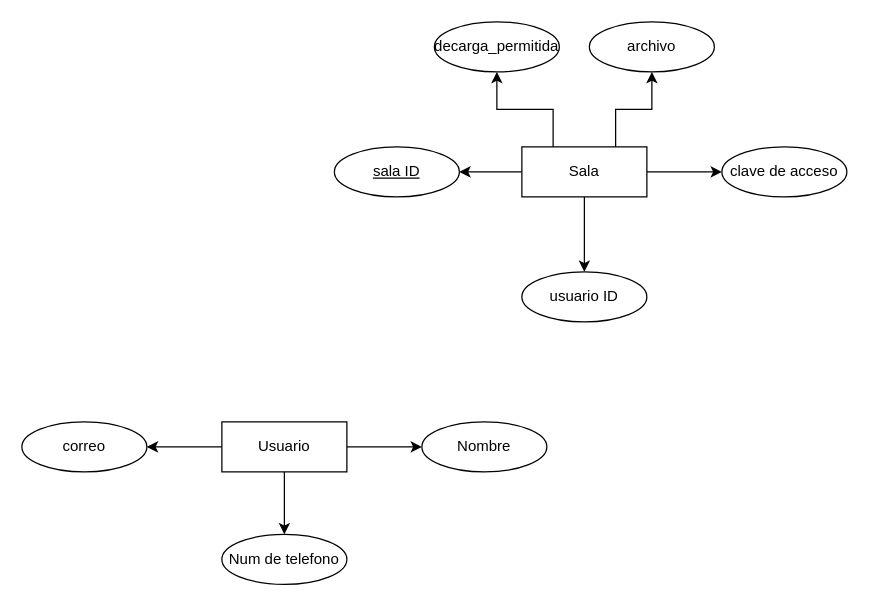
The draw.io diagram secret_box_DB_schema.drawio in DrDaxter/diagrams, before the edit. Source tidied: cells renumbered, new cells numbered last; positions are measured from the earlier drawing's top-left corner, leaving out a move shared by most shapes. Both pictures are drawn from the tidied source at 125%, with x=0, y=0 at pixel (21, 21).
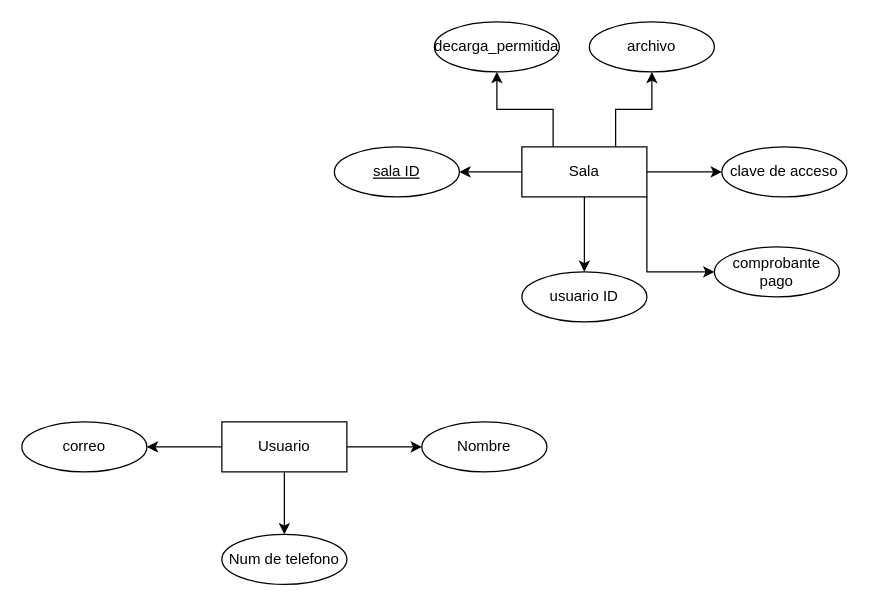
The same diagram, later.

Unchanged cells that the change refers to:
```xml
<mxCell id="7" value="Sala" style="whiteSpace=wrap;html=1;align=center;" parent="1" vertex="1">
  <mxGeometry x="400" y="100" width="100" height="40" as="geometry" />
</mxCell>
```

Change to the diagram source:
```diff
@@
+    <mxCell id="20" style="edgeStyle=orthogonalEdgeStyle;rounded=0;jettySize=auto;html=1;entryX=0;entryY=0.5;entryDx=0;entryDy=0;exitX=1;exitY=1;exitDx=0;exitDy=0;" parent="1" edge="1" source="7" target="21">
+      <mxGeometry relative="1" as="geometry" />
+    </mxCell>
@@
+    <mxCell id="21" value="comprobante pago" style="ellipse;whiteSpace=wrap;html=1;align=center;" parent="1" vertex="1">
+      <mxGeometry x="554" y="180" width="100" height="40" as="geometry" />
+    </mxCell>
```
